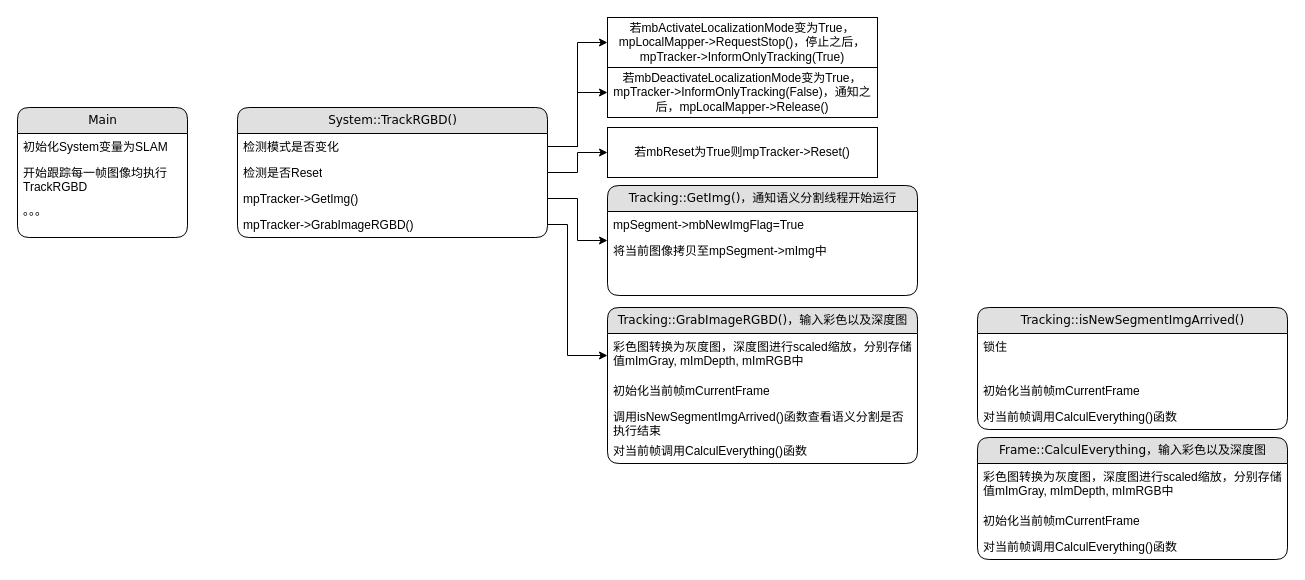
gtx818/visual-SLAM keeps this draw.io diagram as page "Main" (2 of 11) of Untitled Diagram.drawio. Above is the earlier version. Source tidied: cells renumbered, new cells numbered last; positions are measured from the earlier drawing's top-left corner, leaving out a move shared by most shapes. Both pictures are drawn from the tidied source at 100%, with x=0, y=0 at pixel (17, 17).
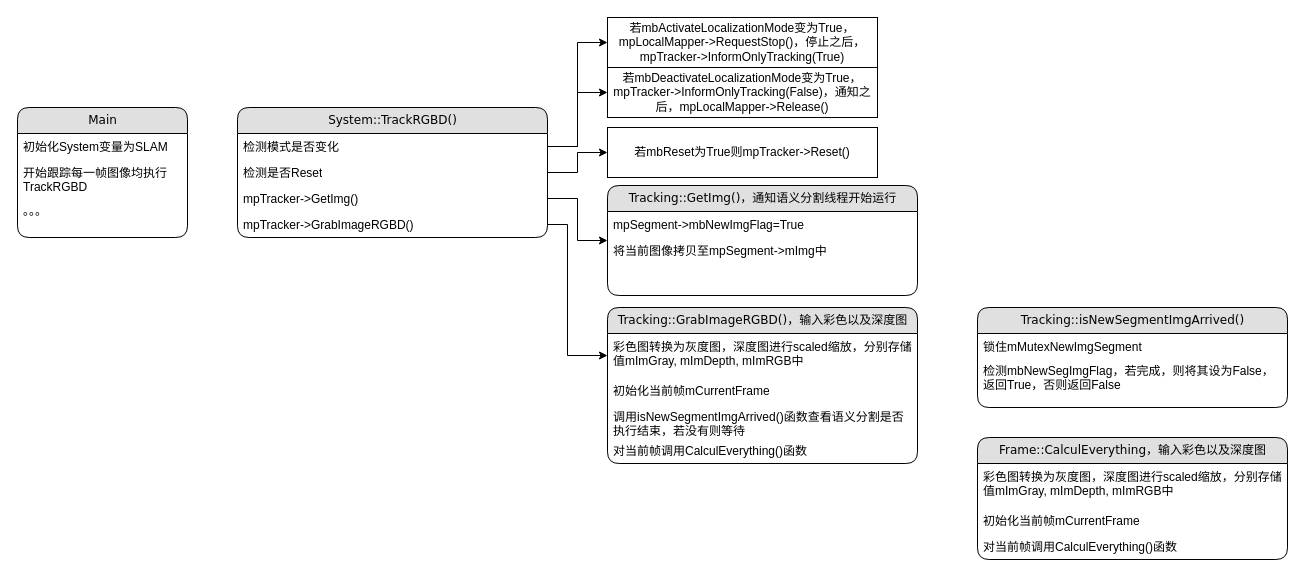
Above is the later version.

Unchanged cells that the change refers to:
```xml
<mxCell id="21" value="Tracking::GrabImageRGBD()，输入彩色以及深度图" style="swimlane;html=1;fontStyle=0;horizontal=1;startSize=26;fillColor=#e0e0e0;swimlaneFillColor=#ffffff;align=center;rounded=1;shadow=0;comic=0;labelBackgroundColor=none;strokeWidth=1;fontFamily=Verdana;fontSize=12;" parent="1" vertex="1">
  <mxGeometry x="590" y="290" width="310" height="156" as="geometry" />
</mxCell>
```

Change to the diagram source:
```diff
@@
-    <mxCell id="24" value="调用isNewSegmentImgArrived()函数查看语义分割是否执行结束" style="text;html=1;strokeColor=none;fillColor=none;spacingLeft=4;spacingRight=4;whiteSpace=wrap;overflow=hidden;" parent="21" vertex="1">
+    <mxCell id="24" value="调用isNewSegmentImgArrived()函数查看语义分割是否执行结束，若没有则等待" style="text;html=1;strokeColor=none;fillColor=none;spacingLeft=4;spacingRight=4;whiteSpace=wrap;overflow=hidden;" parent="21" vertex="1">
       <mxGeometry y="96" width="310" height="34" as="geometry" />
     </mxCell>
@@
     <mxCell id="31" value="Tracking::isNewSegmentImgArrived()" style="swimlane;html=1;fontStyle=0;horizontal=1;startSize=26;fillColor=#e0e0e0;swimlaneFillColor=#ffffff;align=center;rounded=1;shadow=0;comic=0;labelBackgroundColor=none;strokeWidth=1;fontFamily=Verdana;fontSize=12;" parent="1" vertex="1">
-      <mxGeometry x="960" y="290" width="310" height="122" as="geometry" />
+      <mxGeometry x="960" y="290" width="310" height="100" as="geometry" />
     </mxCell>
-    <mxCell id="32" value="锁住" style="text;html=1;strokeColor=none;fillColor=none;spacingLeft=4;spacingRight=4;whiteSpace=wrap;overflow=hidden;" parent="31" vertex="1">
-      <mxGeometry y="26" width="310" height="44" as="geometry" />
+    <mxCell id="32" value="锁住mMutexNewImgSegment" style="text;html=1;strokeColor=none;fillColor=none;spacingLeft=4;spacingRight=4;whiteSpace=wrap;overflow=hidden;" parent="31" vertex="1">
+      <mxGeometry y="26" width="310" height="24" as="geometry" />
     </mxCell>
-    <mxCell id="33" value="初始化当前帧mCurrentFrame" style="text;html=1;strokeColor=none;fillColor=none;spacingLeft=4;spacingRight=4;whiteSpace=wrap;overflow=hidden;" parent="31" vertex="1">
-      <mxGeometry y="70" width="310" height="26" as="geometry" />
+    <mxCell id="33" value="检测mbNewSegImgFlag，若完成，则将其设为False，返回True，否则返回False" style="text;html=1;strokeColor=none;fillColor=none;spacingLeft=4;spacingRight=4;whiteSpace=wrap;overflow=hidden;" parent="31" vertex="1">
+      <mxGeometry y="50" width="310" height="40" as="geometry" />
     </mxCell>
-    <mxCell id="34" value="对当前帧调用CalculEverything()函数" style="text;html=1;strokeColor=none;fillColor=none;spacingLeft=4;spacingRight=4;whiteSpace=wrap;overflow=hidden;" parent="31" vertex="1">
-      <mxGeometry y="96" width="310" height="26" as="geometry" />
-    </mxCell>
```
